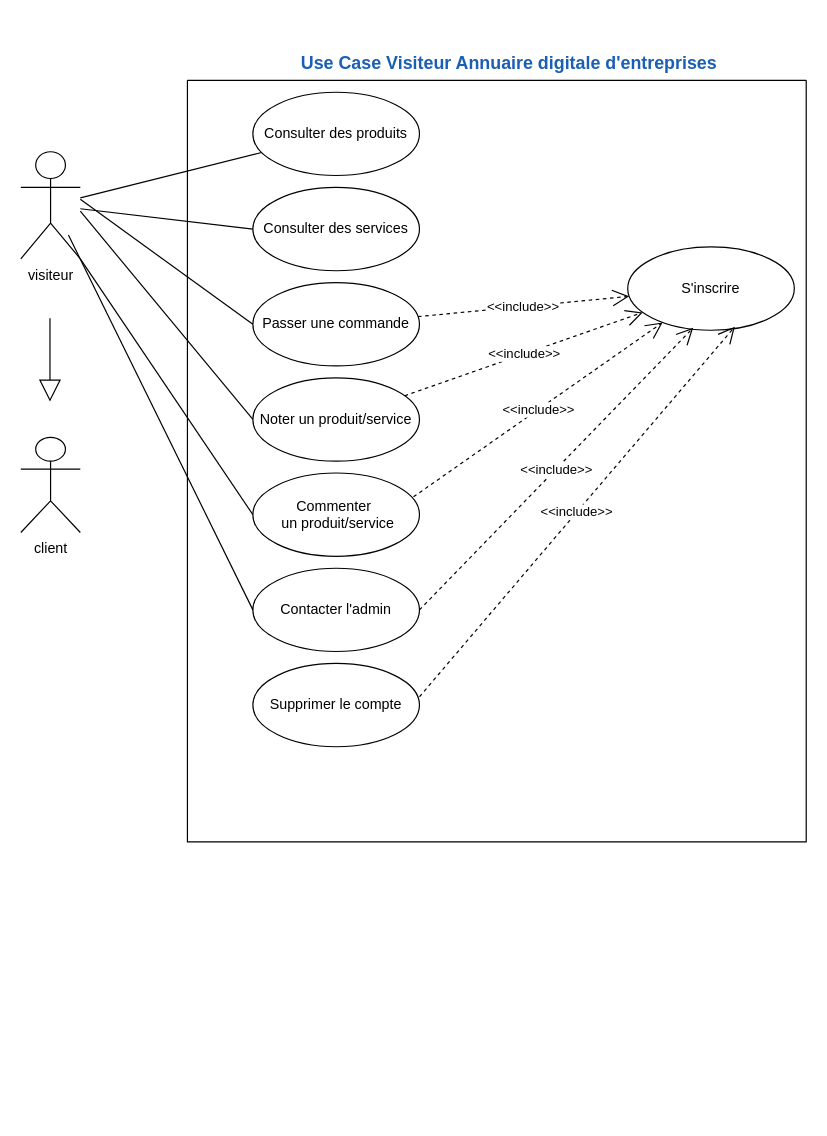
Above: 1. UseCase_internaute.drawio in amine-elarass49/angular_doc (draw.io), before the change. Source tidied: cells renumbered, new cells numbered last; positions are measured from the earlier drawing's top-left corner, leaving out a move shared by most shapes. Both pictures are drawn from the tidied source at 119%, with x=0, y=0 at pixel (20, 44).
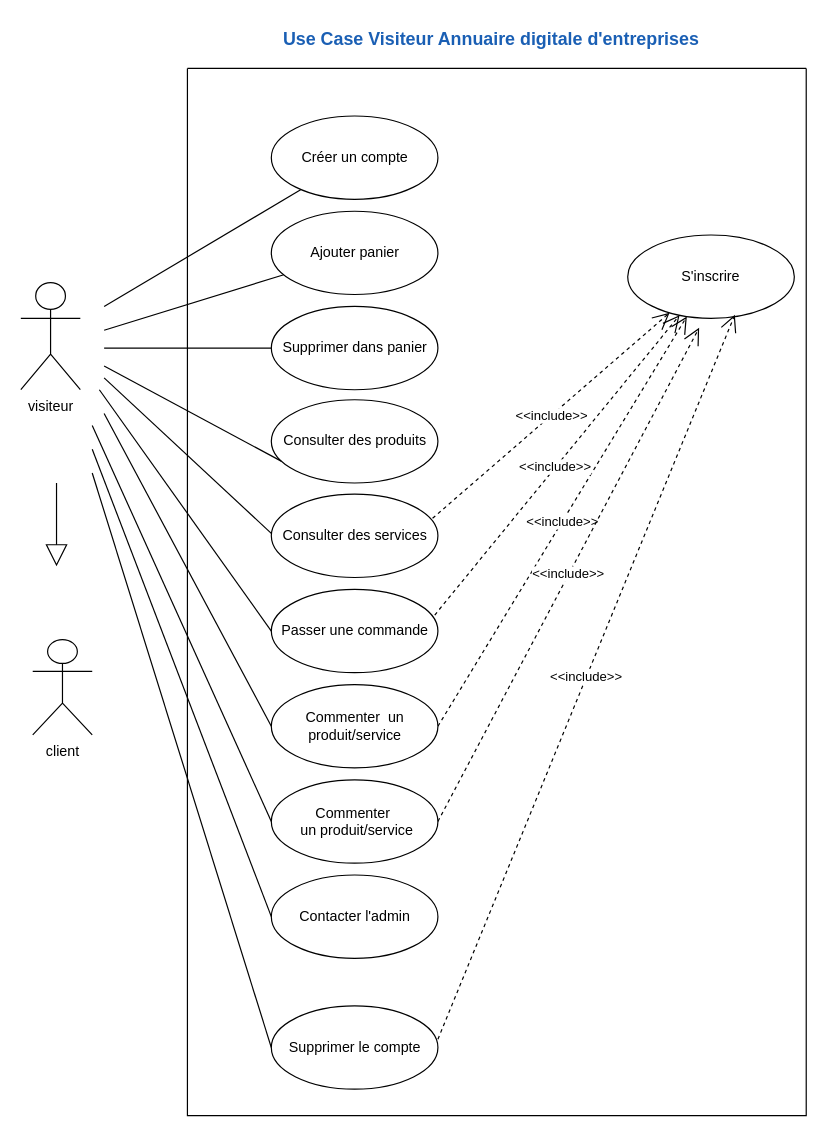
The same diagram, later.

The edit, as a diff of the source:
```diff
@@
     <mxCell id="2" value="visiteur" style="shape=umlActor;verticalLabelPosition=bottom;verticalAlign=top;html=1;outlineConnect=0;" parent="1" vertex="1">
-      <mxGeometry y="90" width="50" height="90" as="geometry" />
+      <mxGeometry y="200" width="50" height="90" as="geometry" />
     </mxCell>
     <mxCell id="3" value="client" style="shape=umlActor;verticalLabelPosition=bottom;verticalAlign=top;html=1;" parent="1" vertex="1">
-      <mxGeometry y="330" width="50" height="80" as="geometry" />
+      <mxGeometry x="10" y="500" width="50" height="80" as="geometry" />
     </mxCell>
-    <mxCell id="4" style="endArrow=block;endSize=16;endFill=0;html=1;rounded=0;" parent="1" edge="1">
-      <mxGeometry relative="1" as="geometry">
-        <mxPoint x="24.5" y="230" as="sourcePoint" />
-        <mxPoint x="24.5" y="300" as="targetPoint" />
-      </mxGeometry>
-    </mxCell>
     <mxCell id="5" style="swimlane;startSize=0;" parent="1" vertex="1">
-      <mxGeometry x="140" y="30" width="520" height="640" as="geometry" />
+      <mxGeometry x="140" y="20" width="520" height="880" as="geometry" />
     </mxCell>
+    <mxCell id="13" value="S'inscrire" style="ellipse;whiteSpace=wrap;html=1;" parent="5" vertex="1">
+      <mxGeometry x="370" y="140" width="140" height="70" as="geometry" />
+    </mxCell>
+    <mxCell id="14" value="&amp;lt;&amp;lt;include&amp;gt;&amp;gt;" style="endArrow=open;endSize=12;dashed=1;html=1;rounded=0;exitX=1;exitY=0.5;exitDx=0;exitDy=0;" parent="5" edge="1" source="9" target="13">
+      <mxGeometry relative="1" as="geometry" />
+    </mxCell>
+    <mxCell id="15" value="&amp;lt;&amp;lt;include&amp;gt;&amp;gt;" style="endArrow=open;endSize=12;dashed=1;html=1;rounded=0;exitX=0.954;exitY=0.374;exitDx=0;exitDy=0;exitPerimeter=0;" parent="5" edge="1" source="8" target="13">
+      <mxGeometry relative="1" as="geometry" />
+    </mxCell>
+    <mxCell id="16" value="&amp;lt;&amp;lt;include&amp;gt;&amp;gt;" style="endArrow=open;endSize=12;dashed=1;html=1;rounded=0;exitX=0.968;exitY=0.289;exitDx=0;exitDy=0;exitPerimeter=0;" parent="5" edge="1" source="7" target="13">
+      <mxGeometry relative="1" as="geometry" />
+    </mxCell>
+    <mxCell id="26" value="Ajouter panier" style="ellipse;whiteSpace=wrap;html=1;" parent="5" vertex="1">
+      <mxGeometry x="70.5" y="120" width="140" height="70" as="geometry" />
+    </mxCell>
+    <mxCell id="27" value="Supprimer dans panier" style="ellipse;whiteSpace=wrap;html=1;" parent="5" vertex="1">
+      <mxGeometry x="70.5" y="200" width="140" height="70" as="geometry" />
+    </mxCell>
+    <mxCell id="28" value="Créer un compte" style="ellipse;whiteSpace=wrap;html=1;" parent="5" vertex="1">
+      <mxGeometry x="70.5" y="40" width="140" height="70" as="geometry" />
+    </mxCell>
     <mxCell id="6" value="Consulter des produits" style="ellipse;whiteSpace=wrap;html=1;" parent="5" vertex="1">
-      <mxGeometry x="55" y="10" width="140" height="70" as="geometry" />
+      <mxGeometry x="70.5" y="278.4" width="140" height="70" as="geometry" />
     </mxCell>
     <mxCell id="7" value="Consulter des services" style="ellipse;whiteSpace=wrap;html=1;" parent="5" vertex="1">
-      <mxGeometry x="55" y="90" width="140" height="70" as="geometry" />
+      <mxGeometry x="70.5" y="357.8" width="140" height="70" as="geometry" />
     </mxCell>
     <mxCell id="8" value="Passer une commande" style="ellipse;whiteSpace=wrap;html=1;" parent="5" vertex="1">
-      <mxGeometry x="55" y="170" width="140" height="70" as="geometry" />
+      <mxGeometry x="70.5" y="437.8" width="140" height="70" as="geometry" />
     </mxCell>
-    <mxCell id="9" value="Noter un produit/service" style="ellipse;whiteSpace=wrap;html=1;" parent="5" vertex="1">
-      <mxGeometry x="55" y="250" width="140" height="70" as="geometry" />
+    <mxCell id="9" value="Commenter&amp;nbsp; un produit/service" style="ellipse;whiteSpace=wrap;html=1;" parent="5" vertex="1">
+      <mxGeometry x="70.5" y="517.8" width="140" height="70" as="geometry" />
     </mxCell>
     <mxCell id="10" value="&lt;div&gt;Commenter&amp;nbsp;&lt;/div&gt;&lt;div&gt;&amp;nbsp;un produit/service&lt;/div&gt;" style="ellipse;whiteSpace=wrap;html=1;" parent="5" vertex="1">
-      <mxGeometry x="55" y="330" width="140" height="70" as="geometry" />
+      <mxGeometry x="70.5" y="597.8" width="140" height="70" as="geometry" />
     </mxCell>
     <mxCell id="11" value="Contacter l'admin" style="ellipse;whiteSpace=wrap;html=1;" parent="5" vertex="1">
-      <mxGeometry x="55" y="410" width="140" height="70" as="geometry" />
+      <mxGeometry x="70.5" y="677.8" width="140" height="70" as="geometry" />
     </mxCell>
-    <mxCell id="12" value="Supprimer le compte" style="ellipse;whiteSpace=wrap;html=1;" parent="5" vertex="1">
-      <mxGeometry x="55" y="490" width="140" height="70" as="geometry" />
-    </mxCell>
-    <mxCell id="13" value="S'inscrire" style="ellipse;whiteSpace=wrap;html=1;" parent="5" vertex="1">
-      <mxGeometry x="370" y="140" width="140" height="70" as="geometry" />
-    </mxCell>
-    <mxCell id="14" value="&amp;lt;&amp;lt;include&amp;gt;&amp;gt;" style="endArrow=open;endSize=12;dashed=1;html=1;rounded=0;" parent="5" edge="1" source="9" target="13">
-      <mxGeometry relative="1" as="geometry" />
-    </mxCell>
-    <mxCell id="15" value="&amp;lt;&amp;lt;include&amp;gt;&amp;gt;" style="endArrow=open;endSize=12;dashed=1;html=1;rounded=0;" parent="5" edge="1" source="8" target="13">
-      <mxGeometry relative="1" as="geometry" />
-    </mxCell>
-    <mxCell id="16" value="&amp;lt;&amp;lt;include&amp;gt;&amp;gt;" style="endArrow=open;endSize=12;dashed=1;html=1;rounded=0;" parent="5" edge="1" target="13">
-      <mxGeometry relative="1" as="geometry">
-        <mxPoint x="190" y="350" as="sourcePoint" />
-      </mxGeometry>
-    </mxCell>
-    <mxCell id="17" value="&amp;lt;&amp;lt;include&amp;gt;&amp;gt;" style="endArrow=open;endSize=12;dashed=1;html=1;rounded=0;exitX=1;exitY=0.4;exitDx=0;exitDy=0;exitPerimeter=0;entryX=0.643;entryY=0.957;entryDx=0;entryDy=0;entryPerimeter=0;" parent="5" edge="1" source="12" target="13">
-      <mxGeometry relative="1" as="geometry" />
-    </mxCell>
-    <mxCell id="18" value="&amp;lt;&amp;lt;include&amp;gt;&amp;gt;" style="endArrow=open;endSize=12;dashed=1;html=1;rounded=0;exitX=1;exitY=0.5;exitDx=0;exitDy=0;entryX=0.393;entryY=0.971;entryDx=0;entryDy=0;entryPerimeter=0;" parent="5" edge="1" source="11" target="13">
-      <mxGeometry relative="1" as="geometry" />
-    </mxCell>
+    <mxCell id="21" style="endArrow=none;html=1;rounded=0;entryX=0;entryY=0.5;entryDx=0;entryDy=0;" parent="5" edge="1">
+      <mxGeometry relative="1" as="geometry">
+        <mxPoint x="-80" y="300" as="sourcePoint" />
+        <mxPoint x="70.5" y="632.8" as="targetPoint" />
+      </mxGeometry>
+    </mxCell>
+    <mxCell id="22" style="endArrow=none;html=1;rounded=0;entryX=0;entryY=0.5;entryDx=0;entryDy=0;" parent="5" edge="1">
+      <mxGeometry relative="1" as="geometry">
+        <mxPoint x="-80" y="320" as="sourcePoint" />
+        <mxPoint x="70.5" y="712.8" as="targetPoint" />
+      </mxGeometry>
+    </mxCell>
-    <mxCell id="19" style="endArrow=none;html=1;rounded=0;entryX=0;entryY=0.5;entryDx=0;entryDy=0;" parent="1" edge="1" source="2" target="7">
-      <mxGeometry relative="1" as="geometry" />
+    <mxCell id="19" style="endArrow=none;html=1;rounded=0;entryX=0;entryY=0.5;entryDx=0;entryDy=0;" parent="5" edge="1">
+      <mxGeometry relative="1" as="geometry">
+        <mxPoint x="-74" y="270" as="sourcePoint" />
+        <mxPoint x="70.5" y="472.8" as="targetPoint" />
+      </mxGeometry>
     </mxCell>
-    <mxCell id="20" style="endArrow=none;html=1;rounded=0;entryX=0;entryY=0.5;entryDx=0;entryDy=0;" parent="1" edge="1" target="8">
+    <mxCell id="20" style="endArrow=none;html=1;rounded=0;entryX=0;entryY=0.5;entryDx=0;entryDy=0;" parent="5" edge="1">
       <mxGeometry relative="1" as="geometry">
-        <mxPoint x="50" y="130" as="sourcePoint" />
+        <mxPoint x="-70" y="290" as="sourcePoint" />
+        <mxPoint x="70.5" y="552.8" as="targetPoint" />
       </mxGeometry>
     </mxCell>
-    <mxCell id="21" style="endArrow=none;html=1;rounded=0;entryX=0;entryY=0.5;entryDx=0;entryDy=0;" parent="1" edge="1" target="9">
-      <mxGeometry relative="1" as="geometry">
-        <mxPoint x="50" y="140" as="sourcePoint" />
-      </mxGeometry>
-    </mxCell>
-    <mxCell id="22" style="endArrow=none;html=1;rounded=0;entryX=0;entryY=0.5;entryDx=0;entryDy=0;exitX=1;exitY=1;exitDx=0;exitDy=0;exitPerimeter=0;" parent="1" edge="1" source="2" target="10">
-      <mxGeometry relative="1" as="geometry" />
-    </mxCell>
+    <mxCell id="24" style="endArrow=none;html=1;rounded=0;" parent="5" edge="1">
+      <mxGeometry relative="1" as="geometry">
+        <mxPoint x="-70" y="260" as="sourcePoint" />
+        <mxPoint x="70.7" y="390.9" as="targetPoint" />
+      </mxGeometry>
+    </mxCell>
+    <mxCell id="29" style="endArrow=none;html=1;rounded=0;" parent="5" edge="1">
+      <mxGeometry relative="1" as="geometry">
+        <mxPoint x="-70" y="250" as="sourcePoint" />
+        <mxPoint x="78.8" y="330" as="targetPoint" />
+      </mxGeometry>
+    </mxCell>
+    <mxCell id="30" style="endArrow=none;html=1;rounded=0;" parent="5" edge="1" target="28">
+      <mxGeometry relative="1" as="geometry">
+        <mxPoint x="-70" y="200" as="sourcePoint" />
+      </mxGeometry>
+    </mxCell>
+    <mxCell id="25" value="&lt;b&gt;&lt;font style=&quot;font-size: 15px;&quot; color=&quot;#1a5fb4&quot;&gt;Use Case Visiteur Annuaire digitale d'entreprises&lt;/font&gt;&lt;/b&gt;" style="text;html=1;align=center;verticalAlign=middle;strokeColor=none;fillColor=none;" parent="1" vertex="1">
+      <mxGeometry x="210" y="-20" width="370" height="30" as="geometry" />
+    </mxCell>
+    <mxCell id="4" style="endArrow=block;endSize=16;endFill=0;html=1;rounded=0;" parent="1" edge="1">
+      <mxGeometry relative="1" as="geometry">
+        <mxPoint x="30" y="368.4" as="sourcePoint" />
+        <mxPoint x="30" y="438.4" as="targetPoint" />
+      </mxGeometry>
+    </mxCell>
-    <mxCell id="23" style="endArrow=none;html=1;rounded=0;entryX=0;entryY=0.5;entryDx=0;entryDy=0;" parent="1" edge="1" target="11">
+    <mxCell id="23" style="endArrow=none;html=1;rounded=0;entryX=0;entryY=0.5;entryDx=0;entryDy=0;" parent="1" edge="1" target="12">
       <mxGeometry relative="1" as="geometry">
-        <mxPoint x="40" y="160" as="sourcePoint" />
+        <mxPoint x="60" y="360" as="sourcePoint" />
       </mxGeometry>
     </mxCell>
-    <mxCell id="24" style="endArrow=none;html=1;rounded=0;" parent="1" edge="1" source="2" target="6">
-      <mxGeometry relative="1" as="geometry" />
-    </mxCell>
-    <mxCell id="25" value="&lt;b&gt;&lt;font style=&quot;font-size: 15px;&quot; color=&quot;#1a5fb4&quot;&gt;Use Case Visiteur Annuaire digitale d'entreprises&lt;/font&gt;&lt;/b&gt;" style="text;html=1;align=center;verticalAlign=middle;strokeColor=none;fillColor=none;" parent="1" vertex="1">
-      <mxGeometry x="225" width="370" height="30" as="geometry" />
-    </mxCell>
+    <mxCell id="12" value="Supprimer le compte" style="ellipse;whiteSpace=wrap;html=1;" parent="1" vertex="1">
+      <mxGeometry x="210.5" y="807.8" width="140" height="70" as="geometry" />
+    </mxCell>
+    <mxCell id="17" value="&amp;lt;&amp;lt;include&amp;gt;&amp;gt;" style="endArrow=open;endSize=12;dashed=1;html=1;rounded=0;exitX=1;exitY=0.4;exitDx=0;exitDy=0;exitPerimeter=0;entryX=0.643;entryY=0.957;entryDx=0;entryDy=0;entryPerimeter=0;" parent="1" edge="1" source="12" target="13">
+      <mxGeometry relative="1" as="geometry" />
+    </mxCell>
+    <mxCell id="31" style="endArrow=none;html=1;rounded=0;" parent="1" edge="1" target="26">
+      <mxGeometry relative="1" as="geometry">
+        <mxPoint x="70" y="240" as="sourcePoint" />
+      </mxGeometry>
+    </mxCell>
+    <mxCell id="32" style="endArrow=none;html=1;rounded=0;" parent="1" edge="1" target="27">
+      <mxGeometry relative="1" as="geometry">
+        <mxPoint x="70" y="255" as="sourcePoint" />
+      </mxGeometry>
+    </mxCell>
+    <mxCell id="18" value="&amp;lt;&amp;lt;include&amp;gt;&amp;gt;" style="endArrow=open;endSize=12;dashed=1;html=1;rounded=0;exitX=1;exitY=0.5;exitDx=0;exitDy=0;" parent="1" edge="1" source="10">
+      <mxGeometry relative="1" as="geometry">
+        <mxPoint x="570" y="238" as="targetPoint" />
+      </mxGeometry>
+    </mxCell>
```
